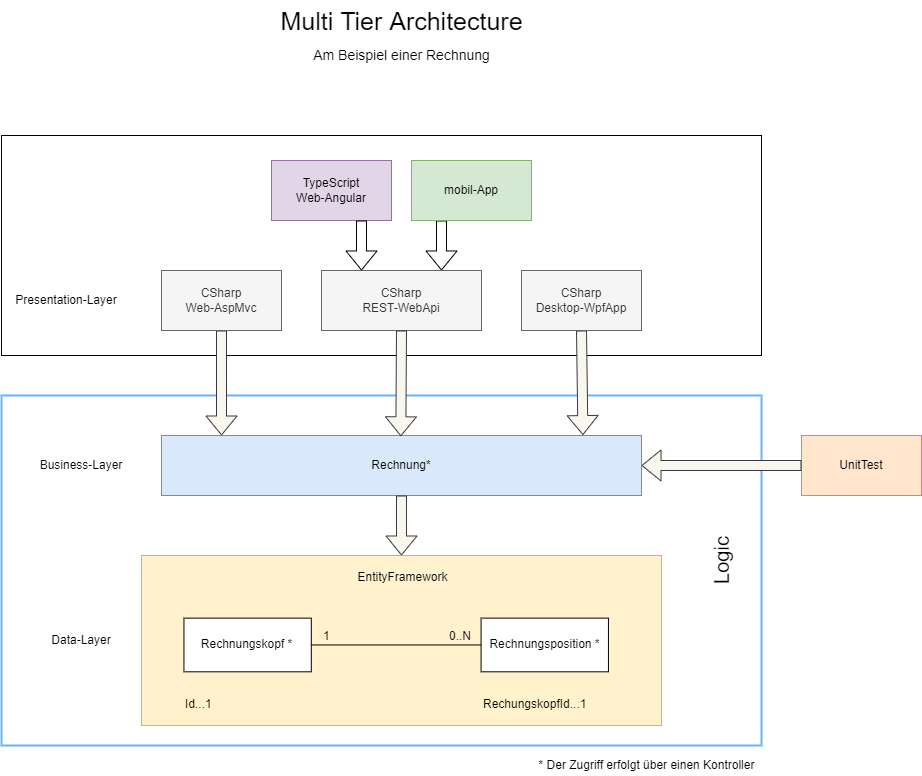
The draw.io diagram MultiTierArchitecture.png in Nydery/CSSoftwareEngineering-QuickTemplate, before a commit. Source tidied: cells renumbered, new cells last; positions are measured from the earlier drawing's top-left corner, leaving out a move shared by most shapes.
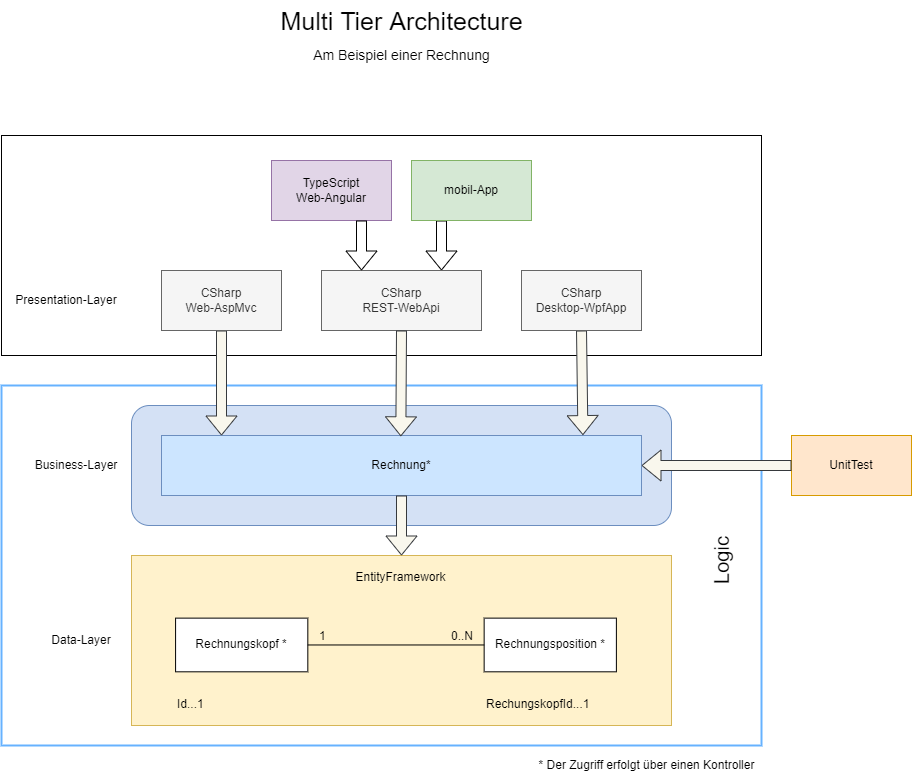
The same file after the commit.

Diff of the diagram source:
```diff
@@ -2,23 +2,26 @@
   <root>
     <mxCell id="0" />
     <mxCell id="1" parent="0" />
+    <mxCell id="3" style="rounded=0;whiteSpace=wrap;html=1;fillColor=none;strokeWidth=2;strokeColor=#66B2FF;" parent="1" vertex="1">
+      <mxGeometry y="385" width="760" height="360" as="geometry" />
+    </mxCell>
+    <mxCell id="36" style="rounded=1;whiteSpace=wrap;html=1;fillColor=#D4E1F5;strokeColor=#6c8ebf;" parent="1" vertex="1">
+      <mxGeometry x="130" y="405" width="540" height="120" as="geometry" />
+    </mxCell>
     <mxCell id="2" style="rounded=0;whiteSpace=wrap;html=1;" parent="1" vertex="1">
       <mxGeometry y="135" width="760" height="220" as="geometry" />
     </mxCell>
-    <mxCell id="3" style="rounded=0;whiteSpace=wrap;html=1;fillColor=none;strokeWidth=2;strokeColor=#66B2FF;" parent="1" vertex="1">
-      <mxGeometry y="395" width="760" height="350" as="geometry" />
-    </mxCell>
     <mxCell id="4" style="group;fillColor=#fff2cc;strokeColor=#d6b656;" parent="1" vertex="1">
-      <mxGeometry x="140" y="555" width="520" height="170" as="geometry" />
+      <mxGeometry x="130" y="555" width="540" height="170" as="geometry" />
     </mxCell>
     <mxCell id="5" style="rounded=0;whiteSpace=wrap;html=1;fillColor=#fff2cc;strokeColor=#d6b656;" parent="4" vertex="1">
-      <mxGeometry width="520" height="170" as="geometry" />
+      <mxGeometry width="540" height="170" as="geometry" />
     </mxCell>
     <mxCell id="6" value="Rechnungskopf *" style="rounded=0;whiteSpace=wrap;html=1;" parent="4" vertex="1">
-      <mxGeometry x="42.4" y="62.6" width="127.3" height="53.7" as="geometry" />
+      <mxGeometry x="44.1" y="62.6" width="132.2" height="53.7" as="geometry" />
     </mxCell>
     <mxCell id="7" value="Rechnungsposition *" style="rounded=0;whiteSpace=wrap;html=1;" parent="4" vertex="1">
-      <mxGeometry x="339.6" y="62.6" width="127.3" height="53.7" as="geometry" />
+      <mxGeometry x="352.7" y="62.6" width="132.2" height="53.7" as="geometry" />
     </mxCell>
     <mxCell id="8" style="endArrow=none;html=1;rounded=0;exitX=1;exitY=0.5;exitDx=0;exitDy=0;entryX=0;entryY=0.5;entryDx=0;entryDy=0;" parent="4" edge="1" source="6" target="7">
       <mxGeometry relative="1" as="geometry" />
@@ -34,15 +37,15 @@
       </mxGeometry>
     </mxCell>
     <mxCell id="11" value="RechungskopfId...1" style="text;html=1;strokeColor=none;fillColor=none;align=left;verticalAlign=middle;whiteSpace=wrap;rounded=0;" parent="4" vertex="1">
-      <mxGeometry x="339.6" y="136" width="116.7" height="26.8" as="geometry" />
+      <mxGeometry x="352.7" y="136" width="121.2" height="26.8" as="geometry" />
     </mxCell>
     <mxCell id="12" value="Id...1" style="text;html=1;strokeColor=none;fillColor=none;align=left;verticalAlign=middle;whiteSpace=wrap;rounded=0;" parent="4" vertex="1">
-      <mxGeometry x="42.4" y="136" width="63.7" height="26.8" as="geometry" />
+      <mxGeometry x="44.1" y="136" width="66.1" height="26.8" as="geometry" />
     </mxCell>
     <mxCell id="13" value="EntityFramework" style="text;html=1;align=center;verticalAlign=middle;strokeColor=none;fillColor=none;" parent="4" vertex="1">
-      <mxGeometry x="205.8" y="12.1" width="110" height="20" as="geometry" />
+      <mxGeometry x="213.8" y="12.1" width="110" height="20" as="geometry" />
     </mxCell>
-    <mxCell id="14" value="Rechnung*" style="rounded=0;whiteSpace=wrap;html=1;fillColor=#dae8fc;strokeColor=#6c8ebf;" parent="1" vertex="1">
+    <mxCell id="14" value="Rechnung*" style="rounded=0;whiteSpace=wrap;html=1;fillColor=#CCE5FF;strokeColor=#6c8ebf;" parent="1" vertex="1">
       <mxGeometry x="160" y="435" width="480" height="60" as="geometry" />
     </mxCell>
     <mxCell id="15" style="shape=flexArrow;endArrow=classic;html=1;rounded=0;entryX=0.5;entryY=0;entryDx=0;entryDy=0;fillColor=#f9f7ed;strokeColor=#36393d;" parent="1" edge="1" source="14" target="5">
@@ -63,7 +66,7 @@
       <mxGeometry x="40" y="625" width="80" height="30" as="geometry" />
     </mxCell>
     <mxCell id="20" value="Business-Layer" style="text;html=1;strokeColor=none;fillColor=none;align=center;verticalAlign=middle;whiteSpace=wrap;rounded=0;" parent="1" vertex="1">
-      <mxGeometry x="35" y="450" width="90" height="30" as="geometry" />
+      <mxGeometry x="30" y="450" width="90" height="30" as="geometry" />
     </mxCell>
     <mxCell id="21" value="Presentation-Layer" style="text;html=1;strokeColor=none;fillColor=none;align=center;verticalAlign=middle;whiteSpace=wrap;rounded=0;" parent="1" vertex="1">
       <mxGeometry x="5" y="285" width="120" height="30" as="geometry" />
@@ -104,7 +107,7 @@
       <mxGeometry relative="1" as="geometry" />
     </mxCell>
     <mxCell id="33" value="UnitTest" style="rounded=0;whiteSpace=wrap;html=1;fillColor=#ffe6cc;strokeColor=#d79b00;" parent="1" vertex="1">
-      <mxGeometry x="800" y="435" width="120" height="60" as="geometry" />
+      <mxGeometry x="790" y="435" width="120" height="60" as="geometry" />
     </mxCell>
     <mxCell id="34" style="shape=flexArrow;endArrow=classic;html=1;rounded=0;exitX=0;exitY=0.5;exitDx=0;exitDy=0;fillColor=#f9f7ed;strokeColor=#36393d;" parent="1" edge="1" source="33" target="14">
       <mxGeometry relative="1" as="geometry" />
```
